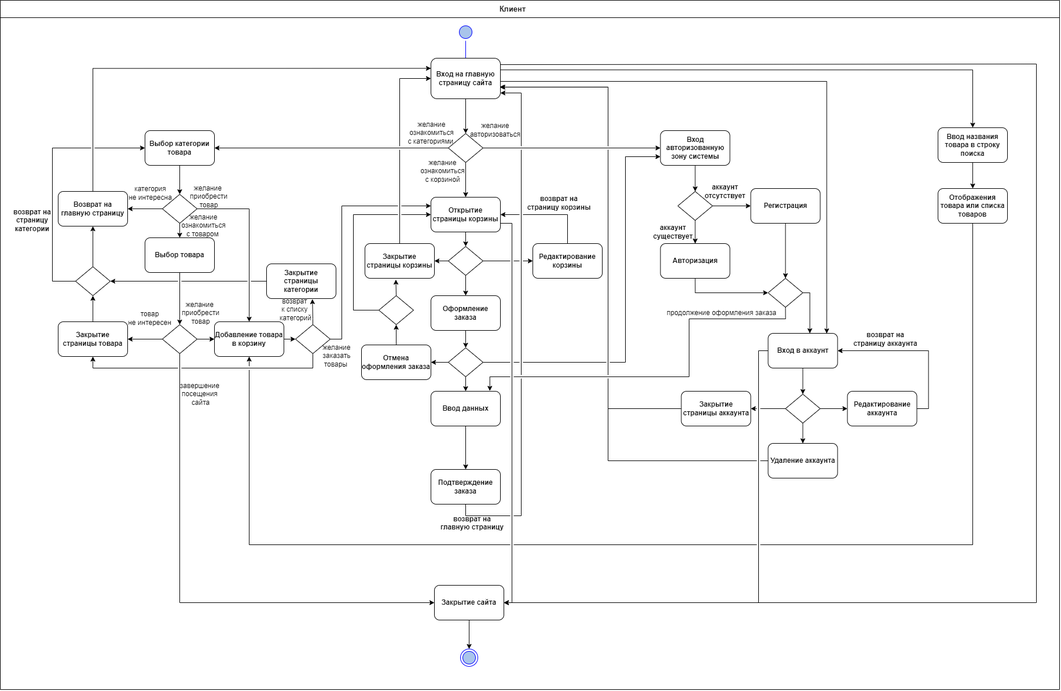
Zelelo622/TP-4.1-2 keeps this draw.io diagram as Diagrams/Диаграмма активности (Activity diagram)/Диаграмма активности.png. Above is the earlier version. Source tidied: cells renumbered, new cells last; positions are measured from the earlier drawing's top-left corner, leaving out a move shared by most shapes.
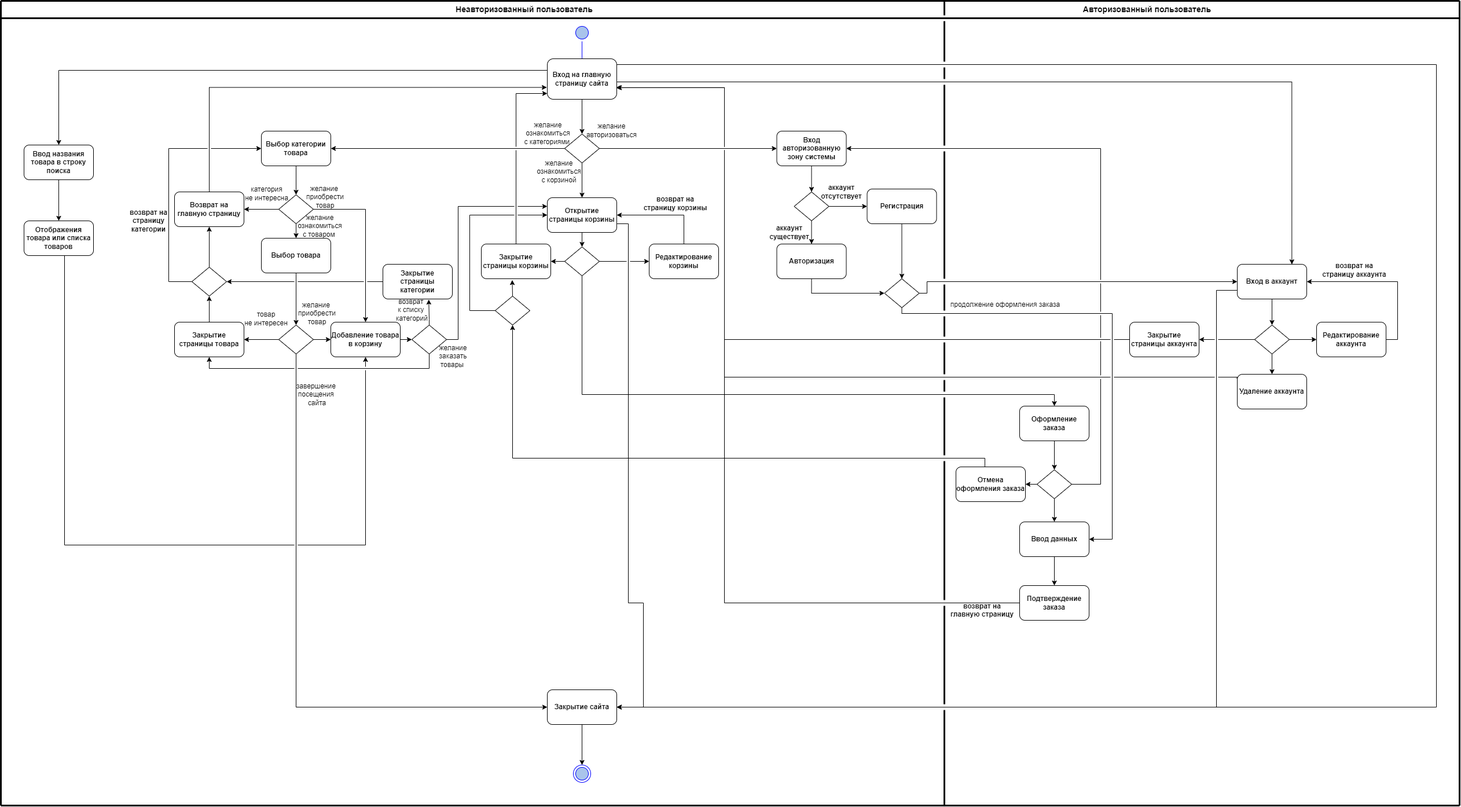
Later version of the same file.

Change to the diagram source:
```diff
@@ -12,28 +12,28 @@
     </mxCell>
-    <mxCell id="4" style="endArrow=none;html=1;rounded=0;" parent="1" edge="1">
+    <mxCell id="4" style="endArrow=none;html=1;rounded=0;strokeWidth=3;" parent="1" edge="1">
       <mxGeometry relative="1" as="geometry">
-        <mxPoint as="sourcePoint" />
-        <mxPoint x="1830" as="targetPoint" />
+        <mxPoint x="-200" as="sourcePoint" />
+        <mxPoint x="2320" as="targetPoint" />
       </mxGeometry>
     </mxCell>
-    <mxCell id="5" style="endArrow=none;html=1;rounded=0;" parent="1" edge="1">
+    <mxCell id="5" style="endArrow=none;html=1;rounded=0;strokeWidth=3;" parent="1" edge="1">
       <mxGeometry relative="1" as="geometry">
-        <mxPoint y="30" as="sourcePoint" />
-        <mxPoint x="1830" y="30" as="targetPoint" />
+        <mxPoint x="-200" y="30" as="sourcePoint" />
+        <mxPoint x="2320" y="30" as="targetPoint" />
       </mxGeometry>
     </mxCell>
-    <mxCell id="6" style="endArrow=none;html=1;rounded=0;" parent="1" edge="1">
+    <mxCell id="6" style="endArrow=none;html=1;rounded=0;strokeWidth=3;" parent="1" edge="1">
       <mxGeometry relative="1" as="geometry">
-        <mxPoint as="sourcePoint" />
-        <mxPoint y="1190" as="targetPoint" />
+        <mxPoint x="-200" as="sourcePoint" />
+        <mxPoint x="-200" y="1390" as="targetPoint" />
       </mxGeometry>
     </mxCell>
-    <mxCell id="7" style="endArrow=none;html=1;rounded=0;" parent="1" edge="1">
+    <mxCell id="7" style="endArrow=none;html=1;rounded=0;strokeWidth=3;" parent="1" edge="1">
       <mxGeometry relative="1" as="geometry">
-        <mxPoint x="1830" as="sourcePoint" />
-        <mxPoint x="1830" y="1190" as="targetPoint" />
+        <mxPoint x="2320" as="sourcePoint" />
+        <mxPoint x="2320" y="1390" as="targetPoint" />
       </mxGeometry>
     </mxCell>
-    <mxCell id="8" value="&lt;b&gt;&lt;font style=&quot;font-size: 13px;&quot;&gt;Клиент&lt;/font&gt;&lt;/b&gt;" style="text;html=1;align=center;verticalAlign=middle;strokeColor=none;fillColor=none;" parent="1" vertex="1">
-      <mxGeometry x="850" width="70" height="30" as="geometry" />
+    <mxCell id="8" value="&lt;b&gt;&lt;font style=&quot;font-size: 14px;&quot;&gt;Неавторизованный пользователь&lt;/font&gt;&lt;/b&gt;" style="text;html=1;align=center;verticalAlign=middle;strokeColor=none;fillColor=none;" parent="1" vertex="1">
+      <mxGeometry x="574" width="260" height="30" as="geometry" />
     </mxCell>
@@ -42,6 +42,7 @@
     </mxCell>
-    <mxCell id="10" style="edgeStyle=orthogonalEdgeStyle;rounded=0;jettySize=auto;html=1;exitX=1;exitY=0.5;exitDx=0;exitDy=0;entryX=0.844;entryY=0.004;entryDx=0;entryDy=0;entryPerimeter=0;" parent="1" edge="1" source="13" target="33">
+    <mxCell id="10" style="edgeStyle=orthogonalEdgeStyle;rounded=0;jettySize=auto;html=1;exitX=1;exitY=0.5;exitDx=0;exitDy=0;entryX=0.786;entryY=0.003;entryDx=0;entryDy=0;entryPerimeter=0;" parent="1" edge="1" source="13" target="33">
       <mxGeometry relative="1" as="geometry">
         <Array as="points">
-          <mxPoint x="1428" y="140" />
+          <mxPoint x="864" y="140" />
+          <mxPoint x="2030" y="140" />
         </Array>
@@ -49,7 +50,7 @@
     </mxCell>
-    <mxCell id="11" style="edgeStyle=orthogonalEdgeStyle;rounded=0;jettySize=auto;html=1;exitX=1.001;exitY=0.158;exitDx=0;exitDy=0;entryX=1;entryY=0.5;entryDx=0;entryDy=0;exitPerimeter=0;" parent="1" edge="1" source="13" target="104">
+    <mxCell id="11" style="edgeStyle=orthogonalEdgeStyle;rounded=0;jettySize=auto;html=1;exitX=1.001;exitY=0.158;exitDx=0;exitDy=0;exitPerimeter=0;" parent="1" edge="1" source="13" target="104">
       <mxGeometry relative="1" as="geometry">
         <Array as="points">
-          <mxPoint x="1790" y="110" />
-          <mxPoint x="1790" y="1040" />
+          <mxPoint x="2280" y="110" />
+          <mxPoint x="2280" y="1220" />
         </Array>
@@ -57,6 +58,7 @@
     </mxCell>
-    <mxCell id="12" style="edgeStyle=orthogonalEdgeStyle;rounded=0;jettySize=auto;html=1;exitX=0.996;exitY=0.288;exitDx=0;exitDy=0;entryX=0.5;entryY=0;entryDx=0;entryDy=0;exitPerimeter=0;" parent="1" edge="1" source="13" target="120">
+    <mxCell id="12" style="edgeStyle=orthogonalEdgeStyle;rounded=0;jettySize=auto;html=1;exitX=0;exitY=0.25;exitDx=0;exitDy=0;entryX=0.5;entryY=0;entryDx=0;entryDy=0;" parent="1" edge="1" source="13" target="120">
       <mxGeometry relative="1" as="geometry">
         <Array as="points">
-          <mxPoint x="1680" y="120" />
+          <mxPoint x="744" y="120" />
+          <mxPoint x="-100" y="120" />
         </Array>
@@ -121,7 +123,7 @@
     </mxCell>
-    <mxCell id="32" style="edgeStyle=orthogonalEdgeStyle;rounded=0;jettySize=auto;html=1;exitX=0;exitY=0.5;exitDx=0;exitDy=0;entryX=1;entryY=0.5;entryDx=0;entryDy=0;jumpStyle=gap;" parent="1" edge="1" source="33" target="104">
+    <mxCell id="32" style="edgeStyle=orthogonalEdgeStyle;rounded=0;jettySize=auto;html=1;exitX=0;exitY=0.75;exitDx=0;exitDy=0;entryX=1;entryY=0.5;entryDx=0;entryDy=0;jumpStyle=gap;" parent="1" edge="1" source="33" target="104">
       <mxGeometry relative="1" as="geometry">
         <Array as="points">
-          <mxPoint x="1310" y="605" />
-          <mxPoint x="1310" y="1040" />
+          <mxPoint x="1900" y="500" />
+          <mxPoint x="1900" y="1220" />
         </Array>
@@ -130,3 +132,3 @@
     <mxCell id="33" value="&lt;b&gt;Вход в аккаунт&lt;/b&gt;" style="rounded=1;whiteSpace=wrap;html=1;" parent="1" vertex="1">
-      <mxGeometry x="1326.5" y="575" width="120" height="60" as="geometry" />
+      <mxGeometry x="1936" y="455" width="120" height="60" as="geometry" />
     </mxCell>
@@ -140,2 +142,4 @@
           <mxPoint x="884" y="1040" />
+          <mxPoint x="910" y="1040" />
+          <mxPoint x="910" y="1220" />
         </Array>
@@ -146,8 +150,7 @@
     </mxCell>
-    <mxCell id="37" style="edgeStyle=orthogonalEdgeStyle;rounded=0;jettySize=auto;html=1;exitX=1;exitY=0.5;exitDx=0;exitDy=0;" parent="1" edge="1" source="39">
+    <mxCell id="37" style="edgeStyle=orthogonalEdgeStyle;rounded=0;jettySize=auto;html=1;exitX=1;exitY=0.5;exitDx=0;exitDy=0;entryX=0;entryY=0.5;entryDx=0;entryDy=0;" parent="1" edge="1" source="39" target="33">
       <mxGeometry relative="1" as="geometry">
-        <mxPoint x="1398.5" y="575" as="targetPoint" />
         <Array as="points">
-          <mxPoint x="1398.5" y="505" />
-          <mxPoint x="1398.5" y="575" />
+          <mxPoint x="1400" y="505" />
+          <mxPoint x="1400" y="485" />
         </Array>
@@ -155,9 +158,8 @@
     </mxCell>
-    <mxCell id="38" style="edgeStyle=orthogonalEdgeStyle;rounded=0;jettySize=auto;html=1;exitX=0.5;exitY=1;exitDx=0;exitDy=0;entryX=0.848;entryY=-0.01;entryDx=0;entryDy=0;jumpStyle=gap;entryPerimeter=0;" parent="1" edge="1" source="39" target="61">
+    <mxCell id="38" style="edgeStyle=orthogonalEdgeStyle;rounded=0;jettySize=auto;html=1;exitX=0.5;exitY=1;exitDx=0;exitDy=0;entryX=1;entryY=0.5;entryDx=0;entryDy=0;jumpStyle=gap;" parent="1" edge="1" source="39" target="61">
       <mxGeometry relative="1" as="geometry">
         <Array as="points">
-          <mxPoint x="1357" y="550" />
-          <mxPoint x="1190" y="550" />
-          <mxPoint x="1190" y="650" />
-          <mxPoint x="846" y="650" />
+          <mxPoint x="1356" y="540" />
+          <mxPoint x="1720" y="540" />
+          <mxPoint x="1720" y="930" />
         </Array>
@@ -202,3 +204,3 @@
     <mxCell id="51" style="rhombus;whiteSpace=wrap;html=1;" parent="1" vertex="1">
-      <mxGeometry x="1356.5" y="680" width="60" height="50" as="geometry" />
+      <mxGeometry x="1966" y="560" width="60" height="50" as="geometry" />
     </mxCell>
@@ -208,8 +210,10 @@
     <mxCell id="53" value="&lt;b&gt;Редактирование аккаунта&lt;/b&gt;" style="rounded=1;whiteSpace=wrap;html=1;" parent="1" vertex="1">
-      <mxGeometry x="1463.5" y="675" width="120" height="60" as="geometry" />
+      <mxGeometry x="2073" y="555" width="120" height="60" as="geometry" />
     </mxCell>
-    <mxCell id="54" style="edgeStyle=orthogonalEdgeStyle;rounded=0;jettySize=auto;html=1;exitX=0;exitY=0.5;exitDx=0;exitDy=0;jumpStyle=gap;entryX=0.989;entryY=0.712;entryDx=0;entryDy=0;entryPerimeter=0;" parent="1" edge="1" source="55" target="13">
+    <mxCell id="54" style="edgeStyle=orthogonalEdgeStyle;rounded=0;jettySize=auto;html=1;exitX=-0.008;exitY=0.126;exitDx=0;exitDy=0;jumpStyle=gap;entryX=0.989;entryY=0.712;entryDx=0;entryDy=0;entryPerimeter=0;exitPerimeter=0;" parent="1" edge="1" source="55" target="13">
       <mxGeometry relative="1" as="geometry">
         <Array as="points">
-          <mxPoint x="1050" y="795" />
+          <mxPoint x="1936" y="653" />
+          <mxPoint x="1936" y="650" />
+          <mxPoint x="1050" y="650" />
           <mxPoint x="1050" y="150" />
@@ -219,6 +223,6 @@
     <mxCell id="55" value="&lt;b&gt;Удаление аккаунта&lt;/b&gt;" style="rounded=1;whiteSpace=wrap;html=1;" parent="1" vertex="1">
-      <mxGeometry x="1326.5" y="765" width="120" height="60" as="geometry" />
+      <mxGeometry x="1936" y="645" width="120" height="60" as="geometry" />
     </mxCell>
     <mxCell id="56" value="&lt;b&gt;возврат на &lt;br&gt;страницу аккаунта&lt;/b&gt;" style="text;html=1;align=center;verticalAlign=middle;strokeColor=none;fillColor=none;" parent="1" vertex="1">
-      <mxGeometry x="1463.5" y="565" width="130" height="40" as="geometry" />
+      <mxGeometry x="2073" y="445" width="130" height="40" as="geometry" />
     </mxCell>
@@ -231,3 +235,3 @@
     <mxCell id="59" value="&lt;b&gt;Оформление заказа&lt;/b&gt;" style="rounded=1;whiteSpace=wrap;html=1;" parent="1" vertex="1">
-      <mxGeometry x="744" y="510" width="120" height="60" as="geometry" />
+      <mxGeometry x="1560" y="700" width="120" height="60" as="geometry" />
     </mxCell>
@@ -237,14 +241,13 @@
     <mxCell id="61" value="&lt;b&gt;Ввод данных&lt;/b&gt;" style="rounded=1;whiteSpace=wrap;html=1;" parent="1" vertex="1">
-      <mxGeometry x="744" y="675" width="120" height="60" as="geometry" />
+      <mxGeometry x="1560" y="900" width="120" height="60" as="geometry" />
     </mxCell>
     <mxCell id="62" value="&lt;b&gt;Подтверждение заказа&lt;/b&gt;" style="rounded=1;whiteSpace=wrap;html=1;" parent="1" vertex="1">
-      <mxGeometry x="744" y="810" width="120" height="60" as="geometry" />
+      <mxGeometry x="1560" y="1010" width="120" height="60" as="geometry" />
     </mxCell>
-    <mxCell id="63" style="edgeStyle=orthogonalEdgeStyle;rounded=0;jettySize=auto;html=1;exitX=0.5;exitY=1;exitDx=0;exitDy=0;jumpStyle=gap;" parent="1" edge="1" source="62">
+    <mxCell id="63" style="edgeStyle=orthogonalEdgeStyle;rounded=0;jettySize=auto;html=1;exitX=0;exitY=0.5;exitDx=0;exitDy=0;jumpStyle=gap;" parent="1" edge="1" source="62">
       <mxGeometry relative="1" as="geometry">
-        <mxPoint x="864" y="160" as="targetPoint" />
+        <mxPoint x="864" y="150" as="targetPoint" />
         <Array as="points">
-          <mxPoint x="804" y="890" />
-          <mxPoint x="900" y="890" />
-          <mxPoint x="900" y="160" />
+          <mxPoint x="1050" y="1040" />
+          <mxPoint x="1050" y="150" />
         </Array>
@@ -253,3 +256,3 @@
     <mxCell id="64" value="&lt;b&gt;возврат на &lt;br&gt;главную страницу &lt;br&gt;&lt;br&gt;&lt;/b&gt;" style="text;html=1;align=center;verticalAlign=middle;strokeColor=none;fillColor=none;" parent="1" vertex="1">
-      <mxGeometry x="750" y="880" width="130" height="60" as="geometry" />
+      <mxGeometry x="1430" y="1030" width="130" height="60" as="geometry" />
     </mxCell>
@@ -259,3 +262,3 @@
         <Array as="points">
-          <mxPoint x="1050" y="705" />
+          <mxPoint x="1050" y="585" />
           <mxPoint x="1050" y="150" />
@@ -265,6 +268,11 @@
     <mxCell id="66" value="&lt;b&gt;Закрытие страницы аккаунта&lt;/b&gt;" style="rounded=1;whiteSpace=wrap;html=1;" parent="1" vertex="1">
-      <mxGeometry x="1176.5" y="675" width="120" height="60" as="geometry" />
+      <mxGeometry x="1750" y="555" width="120" height="60" as="geometry" />
     </mxCell>
     <mxCell id="67" style="edgeStyle=orthogonalEdgeStyle;rounded=0;jettySize=auto;html=1;exitX=0.5;exitY=1;exitDx=0;exitDy=0;entryX=0.5;entryY=0;entryDx=0;entryDy=0;" parent="1" edge="1" source="70" target="59">
-      <mxGeometry relative="1" as="geometry" />
+      <mxGeometry relative="1" as="geometry">
+        <Array as="points">
+          <mxPoint x="804" y="680" />
+          <mxPoint x="1620" y="680" />
+        </Array>
+      </mxGeometry>
     </mxCell>
@@ -279,4 +287,10 @@
     </mxCell>
-    <mxCell id="71" style="edgeStyle=orthogonalEdgeStyle;rounded=0;jettySize=auto;html=1;exitX=0.5;exitY=0;exitDx=0;exitDy=0;entryX=0;entryY=0.5;entryDx=0;entryDy=0;jumpStyle=gap;" parent="1" edge="1" source="72" target="13">
-      <mxGeometry relative="1" as="geometry" />
+    <mxCell id="71" style="edgeStyle=orthogonalEdgeStyle;rounded=0;jettySize=auto;html=1;exitX=0.5;exitY=0;exitDx=0;exitDy=0;jumpStyle=gap;" parent="1" edge="1" source="72">
+      <mxGeometry relative="1" as="geometry">
+        <mxPoint x="744" y="160" as="targetPoint" />
+        <Array as="points">
+          <mxPoint x="690" y="160" />
+          <mxPoint x="744" y="160" />
+        </Array>
+      </mxGeometry>
     </mxCell>
@@ -324,4 +338,9 @@
     </mxCell>
-    <mxCell id="83" style="edgeStyle=orthogonalEdgeStyle;rounded=0;jettySize=auto;html=1;exitX=0.5;exitY=0;exitDx=0;exitDy=0;entryX=0;entryY=0.25;entryDx=0;entryDy=0;jumpStyle=none;" parent="1" edge="1" source="84" target="13">
-      <mxGeometry relative="1" as="geometry" />
+    <mxCell id="83" style="edgeStyle=orthogonalEdgeStyle;rounded=0;jettySize=auto;html=1;exitX=0.5;exitY=0;exitDx=0;exitDy=0;entryX=-0.007;entryY=0.707;entryDx=0;entryDy=0;jumpStyle=none;entryPerimeter=0;" parent="1" edge="1" source="84" target="13">
+      <mxGeometry relative="1" as="geometry">
+        <Array as="points">
+          <mxPoint x="160" y="150" />
+          <mxPoint x="743" y="150" />
+        </Array>
+      </mxGeometry>
     </mxCell>
@@ -353,7 +372,7 @@
     </mxCell>
-    <mxCell id="91" style="edgeStyle=orthogonalEdgeStyle;rounded=0;jettySize=auto;html=1;exitX=1;exitY=0.5;exitDx=0;exitDy=0;entryX=0;entryY=0.75;entryDx=0;entryDy=0;jumpStyle=gap;" parent="1" edge="1" source="94" target="17">
+    <mxCell id="91" style="edgeStyle=orthogonalEdgeStyle;rounded=0;jettySize=auto;html=1;exitX=1;exitY=0.5;exitDx=0;exitDy=0;entryX=1;entryY=0.5;entryDx=0;entryDy=0;jumpStyle=gap;" parent="1" edge="1" source="94" target="17">
       <mxGeometry relative="1" as="geometry">
         <Array as="points">
-          <mxPoint x="1080" y="625" />
-          <mxPoint x="1080" y="270" />
+          <mxPoint x="1700" y="835" />
+          <mxPoint x="1700" y="255" />
         </Array>
@@ -361,7 +380,2 @@
     </mxCell>
-    <mxCell id="92" style="edgeStyle=orthogonalEdgeStyle;rounded=0;jettySize=auto;html=1;exitX=0;exitY=0.5;exitDx=0;exitDy=0;" parent="1" edge="1" source="94">
-      <mxGeometry relative="1" as="geometry">
-        <mxPoint x="773.8" y="624.6" as="targetPoint" />
-      </mxGeometry>
-    </mxCell>
     <mxCell id="93" style="edgeStyle=orthogonalEdgeStyle;rounded=0;jettySize=auto;html=1;exitX=0;exitY=0.5;exitDx=0;exitDy=0;entryX=1;entryY=0.5;entryDx=0;entryDy=0;" parent="1" edge="1" source="94" target="99">
@@ -370,3 +384,3 @@
     <mxCell id="94" style="rhombus;whiteSpace=wrap;html=1;" parent="1" vertex="1">
-      <mxGeometry x="774" y="600" width="60" height="50" as="geometry" />
+      <mxGeometry x="1590" y="810" width="60" height="50" as="geometry" />
     </mxCell>
@@ -382,6 +396,11 @@
     <mxCell id="98" style="edgeStyle=orthogonalEdgeStyle;rounded=0;jettySize=auto;html=1;exitX=0.5;exitY=0;exitDx=0;exitDy=0;entryX=0.5;entryY=1;entryDx=0;entryDy=0;" parent="1" edge="1" source="99" target="102">
-      <mxGeometry relative="1" as="geometry" />
+      <mxGeometry relative="1" as="geometry">
+        <Array as="points">
+          <mxPoint x="1500" y="790" />
+          <mxPoint x="684" y="790" />
+        </Array>
+      </mxGeometry>
     </mxCell>
     <mxCell id="99" value="&lt;b&gt;Отмена оформления заказа&lt;/b&gt;" style="rounded=1;whiteSpace=wrap;html=1;" parent="1" vertex="1">
-      <mxGeometry x="624" y="595" width="120" height="60" as="geometry" />
+      <mxGeometry x="1450" y="805" width="120" height="60" as="geometry" />
     </mxCell>
@@ -405,11 +424,11 @@
     <mxCell id="104" value="&lt;b&gt;Закрытие сайта&lt;/b&gt;" style="rounded=1;whiteSpace=wrap;html=1;" parent="1" vertex="1">
-      <mxGeometry x="750" y="1010" width="120" height="60" as="geometry" />
+      <mxGeometry x="744" y="1190" width="120" height="60" as="geometry" />
     </mxCell>
     <mxCell id="105" style="ellipse;html=1;shape=endState;fillColor=#A9C4EB;strokeColor=#0000FF;" parent="1" vertex="1">
-      <mxGeometry x="795" y="1120" width="30" height="30" as="geometry" />
+      <mxGeometry x="789" y="1320" width="30" height="30" as="geometry" />
     </mxCell>
-    <mxCell id="106" style="endArrow=none;html=1;rounded=0;" parent="1" edge="1">
+    <mxCell id="106" style="endArrow=none;html=1;rounded=0;strokeWidth=3;" parent="1" edge="1">
       <mxGeometry relative="1" as="geometry">
-        <mxPoint y="1190" as="sourcePoint" />
-        <mxPoint x="1830" y="1190" as="targetPoint" />
+        <mxPoint x="-200" y="1390" as="sourcePoint" />
+        <mxPoint x="2320" y="1390" as="targetPoint" />
       </mxGeometry>
@@ -450,3 +469,3 @@
     <mxCell id="118" value="продолжение оформления заказа" style="text;html=1;align=center;verticalAlign=middle;strokeColor=none;fillColor=none;" parent="1" vertex="1">
-      <mxGeometry x="1140.5" y="525" width="210" height="30" as="geometry" />
+      <mxGeometry x="1430" y="510" width="210" height="30" as="geometry" />
     </mxCell>
@@ -456,3 +475,3 @@
     <mxCell id="120" value="&lt;b&gt;Ввод названия товара в строку поиска&lt;/b&gt;" style="rounded=1;whiteSpace=wrap;html=1;" parent="1" vertex="1">
-      <mxGeometry x="1620" y="220" width="120" height="60" as="geometry" />
+      <mxGeometry x="-160" y="249" width="120" height="60" as="geometry" />
     </mxCell>
@@ -461,3 +480,4 @@
         <Array as="points">
-          <mxPoint x="1680" y="940" />
+          <mxPoint x="-90" y="440" />
+          <mxPoint x="-90" y="940" />
           <mxPoint x="430" y="940" />
@@ -467,4 +487,13 @@
     <mxCell id="122" value="&lt;b&gt;Отображения товара или списка товаров&lt;/b&gt;" style="rounded=1;whiteSpace=wrap;html=1;" parent="1" vertex="1">
-      <mxGeometry x="1620" y="325" width="120" height="60" as="geometry" />
+      <mxGeometry x="-160" y="380" width="120" height="60" as="geometry" />
     </mxCell>
+    <mxCell id="123" style="endArrow=none;html=1;rounded=0;jumpStyle=gap;strokeWidth=3;" parent="1" edge="1">
+      <mxGeometry relative="1" as="geometry">
+        <mxPoint x="1430" as="sourcePoint" />
+        <mxPoint x="1430" y="1390" as="targetPoint" />
+      </mxGeometry>
+    </mxCell>
+    <mxCell id="124" value="&lt;b&gt;&lt;font style=&quot;font-size: 14px;&quot;&gt;Авторизованный пользователь&lt;/font&gt;&lt;/b&gt;" style="text;html=1;align=center;verticalAlign=middle;strokeColor=none;fillColor=none;" parent="1" vertex="1">
+      <mxGeometry x="1660" width="240" height="30" as="geometry" />
+    </mxCell>
   </root>
```
